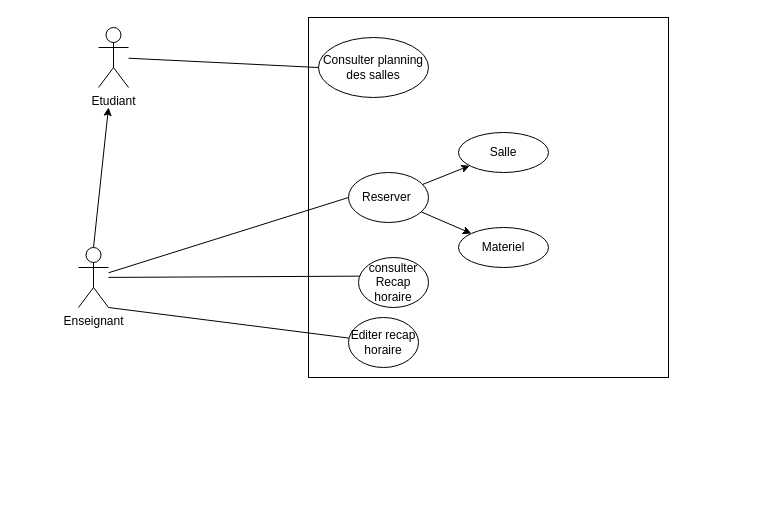
This is ExoTest.drawio from charlesng1/uml, a draw.io file, before an edit. Source tidied: cells renumbered, new cells numbered last; positions are measured from the earlier drawing's top-left corner, leaving out a move shared by most shapes. Both pictures are drawn from the tidied source at 100%, with x=0, y=0 at pixel (78, 17).
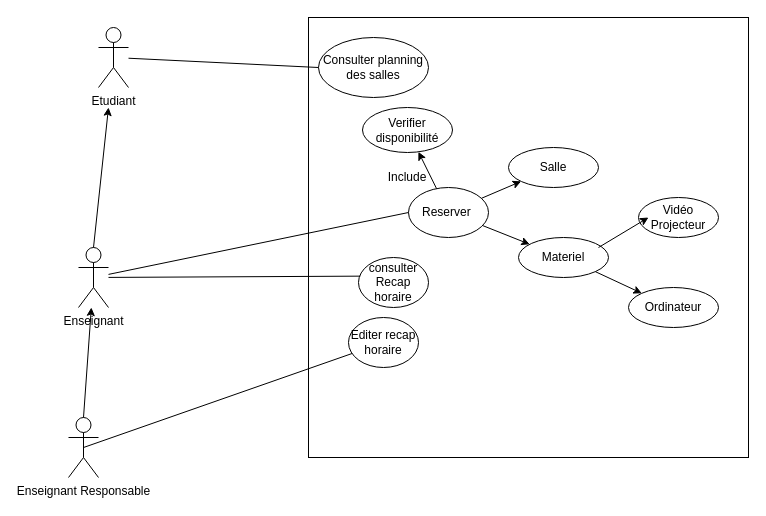
After the change.

Commit message (it also covers changes not shown here):
Mettre à jour ExoTest.drawio

Unchanged cells that the change refers to:
```xml
<mxCell id="2" value="Enseignant" style="shape=umlActor;verticalLabelPosition=bottom;verticalAlign=top;html=1;outlineConnect=0;" parent="1" vertex="1">
  <mxGeometry y="230" width="30" height="60" as="geometry" />
</mxCell>
<mxCell id="12" value="Editer recap horaire" style="ellipse;whiteSpace=wrap;html=1;" parent="1" vertex="1">
  <mxGeometry x="270" y="300" width="70" height="50" as="geometry" />
</mxCell>
```

Diff of the diagram source:
```diff
@@
     <mxCell id="3" style="whiteSpace=wrap;html=1;" parent="1" vertex="1">
-      <mxGeometry x="230" width="360" height="360" as="geometry" />
+      <mxGeometry x="230" width="440" height="440" as="geometry" />
     </mxCell>
@@
     <mxCell id="5" value="Reserver&amp;nbsp;" style="ellipse;whiteSpace=wrap;html=1;" parent="1" vertex="1">
-      <mxGeometry x="270" y="155" width="80" height="50" as="geometry" />
+      <mxGeometry x="330" y="170" width="80" height="50" as="geometry" />
     </mxCell>
@@
-    <mxCell id="13" style="endArrow=none;html=1;rounded=0;exitX=1;exitY=1;exitDx=0;exitDy=0;exitPerimeter=0;" parent="1" edge="1" source="2" target="12">
+    <mxCell id="13" style="endArrow=none;html=1;rounded=0;exitX=0.5;exitY=0.5;exitDx=0;exitDy=0;exitPerimeter=0;" parent="1" edge="1" source="21" target="12">
       <mxGeometry relative="1" as="geometry" />
     </mxCell>
     <mxCell id="14" value="Salle" style="ellipse;whiteSpace=wrap;html=1;" parent="1" vertex="1">
-      <mxGeometry x="380" y="115" width="90" height="40" as="geometry" />
+      <mxGeometry x="430" y="130" width="90" height="40" as="geometry" />
     </mxCell>
     <mxCell id="15" value="Materiel" style="ellipse;whiteSpace=wrap;html=1;" parent="1" vertex="1">
-      <mxGeometry x="380" y="210" width="90" height="40" as="geometry" />
+      <mxGeometry x="440" y="220" width="90" height="40" as="geometry" />
     </mxCell>
@@
+    <mxCell id="18" value="Verifier disponibilité" style="ellipse;whiteSpace=wrap;html=1;" parent="1" vertex="1">
+      <mxGeometry x="284" y="90" width="90" height="45" as="geometry" />
+    </mxCell>
+    <mxCell id="19" style="endArrow=classic;html=1;rounded=0;" parent="1" edge="1" source="5" target="18">
+      <mxGeometry relative="1" as="geometry" />
+    </mxCell>
+    <mxCell id="20" value="Include" style="text;html=1;strokeColor=none;fillColor=none;align=center;verticalAlign=middle;whiteSpace=wrap;rounded=0;" parent="1" vertex="1">
+      <mxGeometry x="304" y="150" width="50" height="20" as="geometry" />
+    </mxCell>
+    <mxCell id="21" value="Enseignant Responsable" style="shape=umlActor;verticalLabelPosition=bottom;verticalAlign=top;html=1;outlineConnect=0;" parent="1" vertex="1">
+      <mxGeometry x="-10" y="400" width="30" height="60" as="geometry" />
+    </mxCell>
+    <mxCell id="22" style="endArrow=classic;html=1;rounded=0;exitX=0.5;exitY=0;exitDx=0;exitDy=0;exitPerimeter=0;" parent="1" edge="1" source="21" target="2">
+      <mxGeometry relative="1" as="geometry" />
+    </mxCell>
+    <mxCell id="23" value="Vidéo Projecteur" style="ellipse;whiteSpace=wrap;html=1;" parent="1" vertex="1">
+      <mxGeometry x="560" y="180" width="80" height="40" as="geometry" />
+    </mxCell>
+    <mxCell id="24" value="Ordinateur" style="ellipse;whiteSpace=wrap;html=1;" parent="1" vertex="1">
+      <mxGeometry x="550" y="270" width="90" height="40" as="geometry" />
+    </mxCell>
+    <mxCell id="25" style="endArrow=classic;html=1;rounded=0;" parent="1" edge="1">
+      <mxGeometry relative="1" as="geometry">
+        <mxPoint x="520" y="230" as="sourcePoint" />
+        <mxPoint x="570" y="200" as="targetPoint" />
+      </mxGeometry>
+    </mxCell>
+    <mxCell id="26" style="endArrow=classic;html=1;rounded=0;exitX=1;exitY=1;exitDx=0;exitDy=0;" parent="1" edge="1" source="15" target="24">
+      <mxGeometry relative="1" as="geometry" />
+    </mxCell>
```
